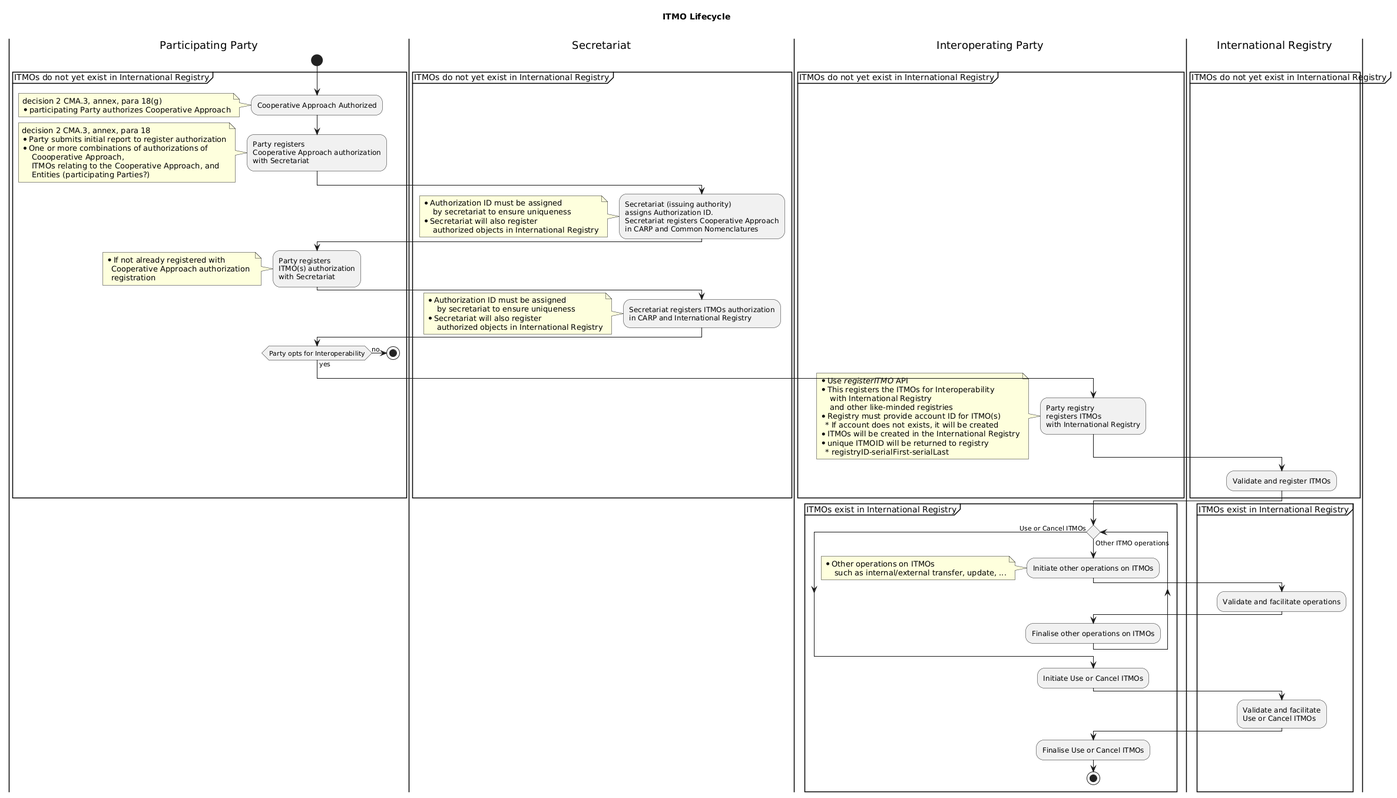
Above: diagrams/ITMO Lifecycle Activity.png in frankcnng/CARP (PlantUML), before the change.
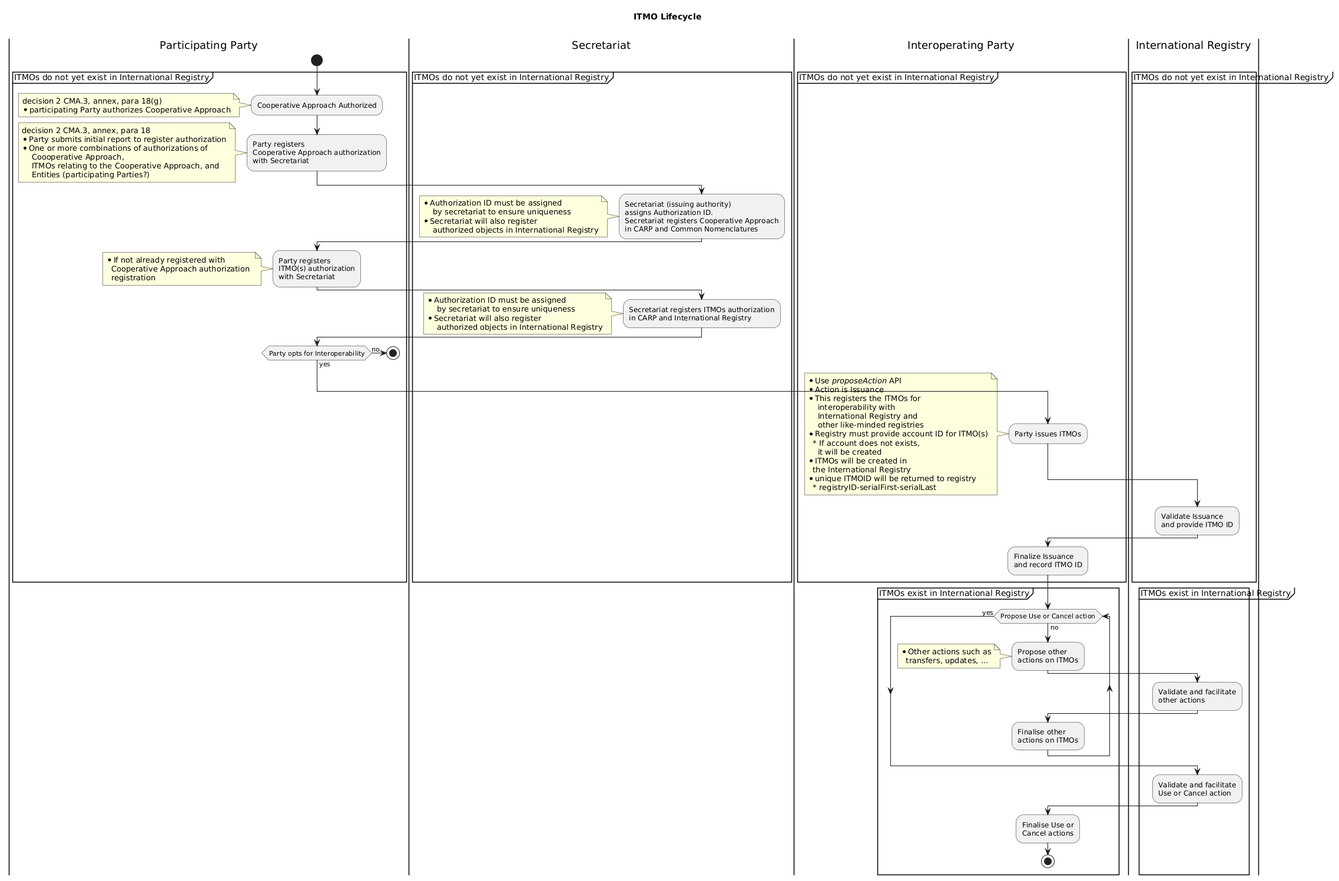
After the change.

Commit message:
Commit from GitHub Actions (Run linters and build artifacts)

Diff of the diagram source:
```diff
@@ -59,24 +59,29 @@
     if (Party opts for Interoperability) then (yes)
 
       |Interoperating Party|
-      :Party registry
-      registers ITMOs
-      with International Registry;
+      :Party issues ITMOs;
         note left
-        * Use //registerITMO// API
-        * This registers the ITMOs for Interoperability
-            with International Registry
-            and other like-minded registries
+        * Use //proposeAction// API
+        * Action is Issuance
+        * This registers the ITMOs for
+            interoperability with
+            International Registry and
+            other like-minded registries
         * Registry must provide account ID for ITMO(s)
-          * If account does not exists, it will be created
-        * ITMOs will be created in the International Registry
+          * If account does not exists,
+            it will be created
+        * ITMOs will be created in
+          the International Registry
         * unique ITMOID will be returned to registry
           * registryID-serialFirst-serialLast
         end note
       |International Registry|
-      :Validate and register ITMOs;
+      :Validate Issuance
+      and provide ITMO ID;
 
       |Interoperating Party|
+      :Finalize Issuance
+      and record ITMO ID;
     else (no)
       |Participating Party|
       stop
@@ -87,27 +92,28 @@
 |Interoperating Party|
 partition ITMOs exist in International Registry {
 
-  while () is (Other ITMO operations)
+  while (Propose Use or Cancel action) is (no)
 
-    :Initiate other operations on ITMOs;
+    :Propose other
+    actions on ITMOs;
       note left
-      * Other operations on ITMOs
-          such as internal/external transfer, update, ...
+      * Other actions such as
+        transfers, updates, ...
       end note
     |International Registry|
-    :Validate and facilitate operations;
+    :Validate and facilitate
+    other actions;
     |Interoperating Party|
-    :Finalise other operations on ITMOs;
-  endwhile (Use or Cancel ITMOs)
-    :Initiate Use or Cancel ITMOs;
+    :Finalise other
+    actions on ITMOs;
+  endwhile (yes)
     |International Registry|
     :Validate and facilitate
-    Use or Cancel ITMOs;
+    Use or Cancel action;
     |Interoperating Party|
-    :Finalise Use or Cancel ITMOs;
+    :Finalise Use or
+    Cancel actions;
     stop
-
-
 }
 
 @enduml
```
